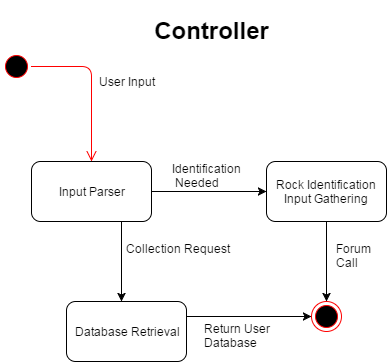
Before: doc/resources/stateCharts/Controller.png, a diagram exported from draw.io (EricLeFort/3AO4). Source tidied: cells renumbered, new cells last; positions are measured from the earlier drawing's top-left corner, leaving out a move shared by most shapes.
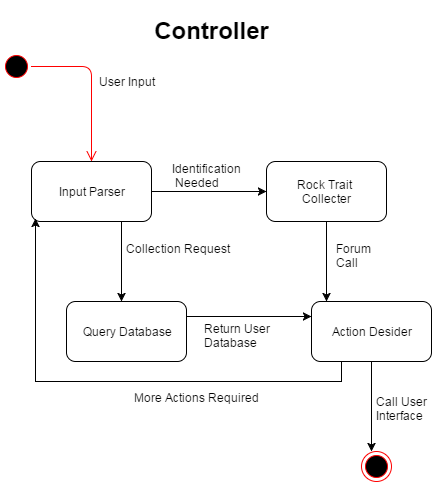
Above is the later version.

Change to the diagram source:
```diff
@@ -2,17 +2,14 @@
   <root>
     <mxCell id="0" />
     <mxCell id="1" parent="0" />
-    <mxCell id="2" style="ellipse;html=1;shape=startState;fillColor=#000000;strokeColor=#ff0000;" parent="1" vertex="1">
-      <mxGeometry y="50" width="30" height="30" as="geometry" />
-    </mxCell>
-    <mxCell id="3" style="edgeStyle=orthogonalEdgeStyle;html=1;verticalAlign=bottom;endArrow=open;endSize=8;strokeColor=#ff0000;" parent="1" edge="1" source="2">
-      <mxGeometry relative="1" as="geometry">
-        <mxPoint x="90" y="160" as="targetPoint" />
-      </mxGeometry>
-    </mxCell>
-    <mxCell id="4" style="ellipse;html=1;shape=endState;fillColor=#000000;strokeColor=#ff0000;" parent="1" vertex="1">
-      <mxGeometry x="310" y="300" width="30" height="30" as="geometry" />
-    </mxCell>
+    <mxCell id="18" style="ellipse;html=1;shape=startState;fillColor=#000000;strokeColor=#ff0000;" parent="1" vertex="1">
+      <mxGeometry y="50" width="30" height="30" as="geometry" />
+    </mxCell>
+    <mxCell id="19" style="edgeStyle=orthogonalEdgeStyle;html=1;verticalAlign=bottom;endArrow=open;endSize=8;strokeColor=#ff0000;" parent="1" edge="1" source="18">
+      <mxGeometry relative="1" as="geometry">
+        <mxPoint x="90" y="160" as="targetPoint" />
+      </mxGeometry>
+    </mxCell>
     <mxCell id="5" value="&lt;h1&gt;Controller&lt;/h1&gt;" style="text;html=1;strokeColor=none;fillColor=none;align=center;verticalAlign=middle;whiteSpace=wrap;overflow=hidden;" parent="1" vertex="1">
       <mxGeometry x="100" width="220" height="40" as="geometry" />
     </mxCell>
@@ -22,26 +19,30 @@
     <mxCell id="7" value="Input Parser" style="rounded=1;whiteSpace=wrap;html=1;" parent="1" vertex="1">
       <mxGeometry x="30" y="160" width="120" height="60" as="geometry" />
     </mxCell>
-    <mxCell id="8" style="endArrow=classic;html=1;exitX=0.75;exitY=1;" parent="1" edge="1" source="7">
-      <mxGeometry relative="1" as="geometry">
-        <mxPoint x="120" y="300" as="targetPoint" />
-      </mxGeometry>
-    </mxCell>
-    <mxCell id="9" style="endArrow=classic;html=1;exitX=1;exitY=0.5;entryX=0;entryY=0.5;" parent="1" edge="1" source="7" target="13">
-      <mxGeometry relative="1" as="geometry" />
-    </mxCell>
-    <mxCell id="10" style="edgeStyle=orthogonalEdgeStyle;rounded=0;html=1;exitX=1;exitY=0.25;entryX=0;entryY=0.5;jettySize=auto;" parent="1" edge="1" source="11" target="4">
-      <mxGeometry relative="1" as="geometry" />
-    </mxCell>
-    <mxCell id="11" value="Database Retrieval" style="rounded=1;whiteSpace=wrap;html=1;" parent="1" vertex="1">
-      <mxGeometry x="65" y="300" width="120" height="60" as="geometry" />
-    </mxCell>
-    <mxCell id="12" style="edgeStyle=orthogonalEdgeStyle;rounded=0;html=1;exitX=0.5;exitY=1;entryX=0.5;entryY=0;jettySize=auto;" parent="1" edge="1" source="13" target="4">
-      <mxGeometry relative="1" as="geometry" />
-    </mxCell>
-    <mxCell id="13" value="Rock Identification Input Gathering" style="rounded=1;whiteSpace=wrap;html=1;" parent="1" vertex="1">
-      <mxGeometry x="265" y="160" width="120" height="60" as="geometry" />
-    </mxCell>
+    <mxCell id="20" style="endArrow=classic;html=1;exitX=0.75;exitY=1;" parent="1" edge="1" source="7">
+      <mxGeometry relative="1" as="geometry">
+        <mxPoint x="120" y="300" as="targetPoint" />
+      </mxGeometry>
+    </mxCell>
+    <mxCell id="21" style="endArrow=classic;html=1;exitX=1;exitY=0.5;entryX=0;entryY=0.5;" parent="1" edge="1" source="7" target="25">
+      <mxGeometry relative="1" as="geometry" />
+    </mxCell>
+    <mxCell id="22" style="edgeStyle=orthogonalEdgeStyle;rounded=0;html=1;exitX=1;exitY=0.25;entryX=0;entryY=0.5;jettySize=auto;" parent="1" edge="1" source="23">
+      <mxGeometry relative="1" as="geometry">
+        <mxPoint x="310" y="315" as="targetPoint" />
+      </mxGeometry>
+    </mxCell>
+    <mxCell id="23" value="Query Database" style="rounded=1;whiteSpace=wrap;html=1;" parent="1" vertex="1">
+      <mxGeometry x="65" y="300" width="120" height="60" as="geometry" />
+    </mxCell>
+    <mxCell id="24" style="edgeStyle=orthogonalEdgeStyle;rounded=0;html=1;exitX=0.5;exitY=1;entryX=0.5;entryY=0;jettySize=auto;" parent="1" edge="1" source="25">
+      <mxGeometry relative="1" as="geometry">
+        <mxPoint x="325" y="300" as="targetPoint" />
+      </mxGeometry>
+    </mxCell>
+    <mxCell id="25" value="Rock Trait&amp;nbsp;&lt;br&gt;Collecter" style="rounded=1;whiteSpace=wrap;html=1;" parent="1" vertex="1">
+      <mxGeometry x="265" y="160" width="120" height="60" as="geometry" />
+    </mxCell>
     <mxCell id="14" value="Collection Request" style="text;html=1;align=left;verticalAlign=top;spacingTop=-4;" parent="1" vertex="1">
       <mxGeometry x="125" y="240" width="120" height="20" as="geometry" />
     </mxCell>
@@ -54,5 +55,30 @@
     <mxCell id="17" value="Forum&lt;br&gt;Call" style="text;html=1;align=left;verticalAlign=top;spacingTop=-4;" parent="1" vertex="1">
       <mxGeometry x="335" y="240" width="50" height="30" as="geometry" />
     </mxCell>
+    <mxCell id="26" style="edgeStyle=orthogonalEdgeStyle;rounded=0;html=1;exitX=0.25;exitY=1;jettySize=auto;entryX=0.033;entryY=0.95;entryPerimeter=0;" parent="1" edge="1" source="28" target="7">
+      <mxGeometry relative="1" as="geometry">
+        <Array as="points">
+          <mxPoint x="340" y="380" />
+          <mxPoint x="34" y="380" />
+        </Array>
+      </mxGeometry>
+    </mxCell>
+    <mxCell id="27" style="edgeStyle=orthogonalEdgeStyle;rounded=0;html=1;exitX=0.5;exitY=1;jettySize=auto;" parent="1" edge="1" source="28">
+      <mxGeometry relative="1" as="geometry">
+        <mxPoint x="370" y="450" as="targetPoint" />
+      </mxGeometry>
+    </mxCell>
+    <mxCell id="28" value="Action Desider" style="rounded=1;whiteSpace=wrap;html=1;" parent="1" vertex="1">
+      <mxGeometry x="310" y="300" width="120" height="60" as="geometry" />
+    </mxCell>
+    <mxCell id="29" value="More Actions Required" style="text;html=1;align=left;verticalAlign=top;spacingTop=-4;" parent="1" vertex="1">
+      <mxGeometry x="133" y="389" width="140" height="20" as="geometry" />
+    </mxCell>
+    <mxCell id="30" style="ellipse;html=1;shape=endState;fillColor=#000000;strokeColor=#ff0000;" parent="1" vertex="1">
+      <mxGeometry x="360" y="450" width="30" height="30" as="geometry" />
+    </mxCell>
+    <mxCell id="31" value="Call User&lt;br&gt;Interface" style="text;html=1;align=left;verticalAlign=top;spacingTop=-4;" parent="1" vertex="1">
+      <mxGeometry x="375" y="393" width="70" height="30" as="geometry" />
+    </mxCell>
   </root>
 </mxGraphModel>
```
